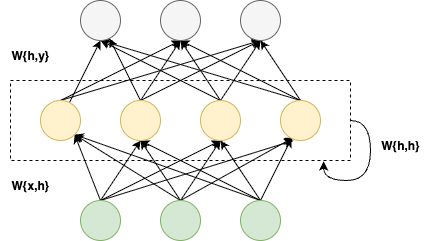
This is assets/images/RNN neurons.png from Wayne82/wayne82.github.io, a draw.io export, as it was before one commit. Source tidied: cells renumbered, new cells last; positions are measured from the earlier drawing's top-left corner, leaving out a move shared by most shapes.
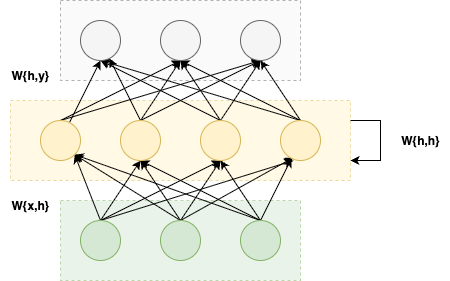
After the commit.

Change to the diagram source:
```diff
@@ -2,122 +2,133 @@
   <root>
     <mxCell id="0" />
     <mxCell id="1" parent="0" />
-    <mxCell id="2" style="rounded=0;whiteSpace=wrap;html=1;dashed=1;" parent="1" vertex="1">
-      <mxGeometry x="10" y="80" width="340" height="80" as="geometry" />
+    <mxCell id="2" style="rounded=0;whiteSpace=wrap;html=1;dashed=1;fillColor=#d5e8d4;strokeColor=#82b366;opacity=50;" parent="1" vertex="1">
+      <mxGeometry x="60" y="180" width="240" height="80" as="geometry" />
     </mxCell>
-    <mxCell id="3" style="rounded=0;jettySize=auto;html=1;exitX=0.5;exitY=0;exitDx=0;exitDy=0;entryX=1;entryY=1;entryDx=0;entryDy=0;" parent="1" edge="1" source="7" target="21">
-      <mxGeometry relative="1" as="geometry" />
+    <mxCell id="3" style="rounded=0;whiteSpace=wrap;html=1;dashed=1;fillColor=#f5f5f5;fontColor=#333333;strokeColor=#666666;opacity=50;" parent="1" vertex="1">
+      <mxGeometry x="60" y="-20" width="240" height="80" as="geometry" />
     </mxCell>
-    <mxCell id="4" style="rounded=0;jettySize=auto;html=1;exitX=0.5;exitY=0;exitDx=0;exitDy=0;entryX=0.325;entryY=1;entryDx=0;entryDy=0;entryPerimeter=0;" parent="1" edge="1" source="7" target="33">
-      <mxGeometry relative="1" as="geometry" />
+    <mxCell id="4" style="rounded=0;whiteSpace=wrap;html=1;dashed=1;fillColor=#fff2cc;strokeColor=#d6b656;opacity=50;" parent="1" vertex="1">
+      <mxGeometry x="10" y="80" width="340" height="80" as="geometry" />
     </mxCell>
-    <mxCell id="5" style="rounded=0;jettySize=auto;html=1;exitX=0.5;exitY=0;exitDx=0;exitDy=0;entryX=0.5;entryY=1;entryDx=0;entryDy=0;" parent="1" edge="1" source="7" target="29">
+    <mxCell id="5" style="rounded=0;jettySize=auto;html=1;exitX=0.5;exitY=0;exitDx=0;exitDy=0;entryX=1;entryY=1;entryDx=0;entryDy=0;" parent="1" edge="1" source="9" target="23">
       <mxGeometry relative="1" as="geometry" />
     </mxCell>
-    <mxCell id="6" style="rounded=0;jettySize=auto;html=1;exitX=0.5;exitY=0;exitDx=0;exitDy=0;entryX=0.5;entryY=1;entryDx=0;entryDy=0;" parent="1" edge="1" source="7" target="25">
+    <mxCell id="6" style="rounded=0;jettySize=auto;html=1;exitX=0.5;exitY=0;exitDx=0;exitDy=0;entryX=0.325;entryY=1;entryDx=0;entryDy=0;entryPerimeter=0;" parent="1" edge="1" source="9" target="35">
       <mxGeometry relative="1" as="geometry" />
     </mxCell>
-    <mxCell id="7" style="ellipse;whiteSpace=wrap;html=1;fillColor=#d5e8d4;strokeColor=#82b366;" parent="1" vertex="1">
-      <mxGeometry x="80" y="200" width="40" height="40" as="geometry" />
+    <mxCell id="7" style="rounded=0;jettySize=auto;html=1;exitX=0.5;exitY=0;exitDx=0;exitDy=0;entryX=0.5;entryY=1;entryDx=0;entryDy=0;" parent="1" edge="1" source="9" target="31">
+      <mxGeometry relative="1" as="geometry" />
     </mxCell>
-    <mxCell id="8" style="rounded=0;jettySize=auto;html=1;exitX=0.5;exitY=0;exitDx=0;exitDy=0;entryX=1;entryY=1;entryDx=0;entryDy=0;" parent="1" edge="1" source="12" target="21">
+    <mxCell id="8" style="rounded=0;jettySize=auto;html=1;exitX=0.5;exitY=0;exitDx=0;exitDy=0;entryX=0.5;entryY=1;entryDx=0;entryDy=0;" parent="1" edge="1" source="9" target="27">
       <mxGeometry relative="1" as="geometry" />
     </mxCell>
-    <mxCell id="9" style="rounded=0;jettySize=auto;html=1;exitX=0.5;exitY=0;exitDx=0;exitDy=0;entryX=0.5;entryY=1;entryDx=0;entryDy=0;" parent="1" edge="1" source="12" target="25">
-      <mxGeometry relative="1" as="geometry" />
+    <mxCell id="9" style="ellipse;whiteSpace=wrap;html=1;fillColor=#d5e8d4;strokeColor=#82b366;" parent="1" vertex="1">
+      <mxGeometry x="80" y="200" width="40" height="40" as="geometry" />
     </mxCell>
-    <mxCell id="10" style="rounded=0;jettySize=auto;html=1;exitX=0.5;exitY=0;exitDx=0;exitDy=0;entryX=0.5;entryY=1;entryDx=0;entryDy=0;" parent="1" edge="1" source="12" target="29">
+    <mxCell id="10" style="rounded=0;jettySize=auto;html=1;exitX=0.5;exitY=0;exitDx=0;exitDy=0;entryX=1;entryY=1;entryDx=0;entryDy=0;" parent="1" edge="1" source="14" target="23">
       <mxGeometry relative="1" as="geometry" />
     </mxCell>
-    <mxCell id="11" style="rounded=0;jettySize=auto;html=1;exitX=0.5;exitY=0;exitDx=0;exitDy=0;entryX=0.325;entryY=0.925;entryDx=0;entryDy=0;entryPerimeter=0;" parent="1" edge="1" source="12" target="33">
+    <mxCell id="11" style="rounded=0;jettySize=auto;html=1;exitX=0.5;exitY=0;exitDx=0;exitDy=0;entryX=0.5;entryY=1;entryDx=0;entryDy=0;" parent="1" edge="1" source="14" target="27">
       <mxGeometry relative="1" as="geometry" />
     </mxCell>
-    <mxCell id="12" style="ellipse;whiteSpace=wrap;html=1;fillColor=#d5e8d4;strokeColor=#82b366;" parent="1" vertex="1">
-      <mxGeometry x="160" y="200" width="40" height="40" as="geometry" />
+    <mxCell id="12" style="rounded=0;jettySize=auto;html=1;exitX=0.5;exitY=0;exitDx=0;exitDy=0;entryX=0.5;entryY=1;entryDx=0;entryDy=0;" parent="1" edge="1" source="14" target="31">
+      <mxGeometry relative="1" as="geometry" />
     </mxCell>
-    <mxCell id="13" style="rounded=0;jettySize=auto;html=1;exitX=0.5;exitY=0;exitDx=0;exitDy=0;entryX=1;entryY=1;entryDx=0;entryDy=0;" parent="1" edge="1" source="17" target="21">
+    <mxCell id="13" style="rounded=0;jettySize=auto;html=1;exitX=0.5;exitY=0;exitDx=0;exitDy=0;entryX=0.325;entryY=0.925;entryDx=0;entryDy=0;entryPerimeter=0;" parent="1" edge="1" source="14" target="35">
       <mxGeometry relative="1" as="geometry" />
     </mxCell>
-    <mxCell id="14" style="rounded=0;jettySize=auto;html=1;exitX=0.5;exitY=0;exitDx=0;exitDy=0;entryX=0.5;entryY=1;entryDx=0;entryDy=0;" parent="1" edge="1" source="17" target="25">
-      <mxGeometry relative="1" as="geometry" />
+    <mxCell id="14" style="ellipse;whiteSpace=wrap;html=1;fillColor=#d5e8d4;strokeColor=#82b366;" parent="1" vertex="1">
+      <mxGeometry x="160" y="200" width="40" height="40" as="geometry" />
     </mxCell>
-    <mxCell id="15" style="rounded=0;jettySize=auto;html=1;exitX=0.5;exitY=0;exitDx=0;exitDy=0;entryX=0.5;entryY=1;entryDx=0;entryDy=0;" parent="1" edge="1" source="17" target="29">
+    <mxCell id="15" style="rounded=0;jettySize=auto;html=1;exitX=0.5;exitY=0;exitDx=0;exitDy=0;entryX=1;entryY=1;entryDx=0;entryDy=0;" parent="1" edge="1" source="19" target="23">
       <mxGeometry relative="1" as="geometry" />
     </mxCell>
-    <mxCell id="16" style="rounded=0;jettySize=auto;html=1;exitX=0.5;exitY=0;exitDx=0;exitDy=0;" parent="1" edge="1" source="17" target="33">
+    <mxCell id="16" style="rounded=0;jettySize=auto;html=1;exitX=0.5;exitY=0;exitDx=0;exitDy=0;entryX=0.5;entryY=1;entryDx=0;entryDy=0;" parent="1" edge="1" source="19" target="27">
       <mxGeometry relative="1" as="geometry" />
     </mxCell>
-    <mxCell id="17" style="ellipse;whiteSpace=wrap;html=1;fillColor=#d5e8d4;strokeColor=#82b366;" parent="1" vertex="1">
-      <mxGeometry x="240" y="200" width="40" height="40" as="geometry" />
+    <mxCell id="17" style="rounded=0;jettySize=auto;html=1;exitX=0.5;exitY=0;exitDx=0;exitDy=0;entryX=0.5;entryY=1;entryDx=0;entryDy=0;" parent="1" edge="1" source="19" target="31">
+      <mxGeometry relative="1" as="geometry" />
     </mxCell>
-    <mxCell id="18" style="rounded=0;jettySize=auto;html=1;entryX=0.5;entryY=1;entryDx=0;entryDy=0;" parent="1" edge="1" source="21" target="34">
+    <mxCell id="18" style="rounded=0;jettySize=auto;html=1;exitX=0.5;exitY=0;exitDx=0;exitDy=0;" parent="1" edge="1" source="19" target="35">
       <mxGeometry relative="1" as="geometry" />
     </mxCell>
-    <mxCell id="19" style="rounded=0;jettySize=auto;html=1;exitX=0.5;exitY=0;exitDx=0;exitDy=0;entryX=0.5;entryY=1;entryDx=0;entryDy=0;" parent="1" edge="1" source="21" target="35">
-      <mxGeometry relative="1" as="geometry" />
+    <mxCell id="19" style="ellipse;whiteSpace=wrap;html=1;fillColor=#d5e8d4;strokeColor=#82b366;" parent="1" vertex="1">
+      <mxGeometry x="240" y="200" width="40" height="40" as="geometry" />
     </mxCell>
-    <mxCell id="20" style="rounded=0;jettySize=auto;html=1;exitX=0.5;exitY=0;exitDx=0;exitDy=0;entryX=0.5;entryY=1;entryDx=0;entryDy=0;" parent="1" edge="1" source="21" target="36">
+    <mxCell id="20" style="rounded=0;jettySize=auto;html=1;entryX=0.5;entryY=1;entryDx=0;entryDy=0;" parent="1" edge="1" source="23" target="36">
       <mxGeometry relative="1" as="geometry" />
     </mxCell>
-    <mxCell id="21" style="ellipse;whiteSpace=wrap;html=1;fillColor=#fff2cc;strokeColor=#d6b656;" parent="1" vertex="1">
-      <mxGeometry x="40" y="100" width="40" height="40" as="geometry" />
+    <mxCell id="21" style="rounded=0;jettySize=auto;html=1;exitX=0.5;exitY=0;exitDx=0;exitDy=0;entryX=0.5;entryY=1;entryDx=0;entryDy=0;" parent="1" edge="1" source="23" target="37">
+      <mxGeometry relative="1" as="geometry" />
     </mxCell>
-    <mxCell id="22" style="rounded=0;jettySize=auto;html=1;exitX=0.5;exitY=0;exitDx=0;exitDy=0;" parent="1" edge="1" source="25" target="34">
+    <mxCell id="22" style="rounded=0;jettySize=auto;html=1;exitX=0.5;exitY=0;exitDx=0;exitDy=0;entryX=0.5;entryY=1;entryDx=0;entryDy=0;" parent="1" edge="1" source="23" target="38">
       <mxGeometry relative="1" as="geometry" />
     </mxCell>
-    <mxCell id="23" style="rounded=0;jettySize=auto;html=1;exitX=0.5;exitY=0;exitDx=0;exitDy=0;entryX=0.5;entryY=1;entryDx=0;entryDy=0;" parent="1" edge="1" source="25" target="35">
-      <mxGeometry relative="1" as="geometry" />
+    <mxCell id="23" style="ellipse;whiteSpace=wrap;html=1;fillColor=#fff2cc;strokeColor=#d6b656;" parent="1" vertex="1">
+      <mxGeometry x="40" y="100" width="40" height="40" as="geometry" />
     </mxCell>
-    <mxCell id="24" style="rounded=0;jettySize=auto;html=1;exitX=0.5;exitY=0;exitDx=0;exitDy=0;entryX=0.5;entryY=1;entryDx=0;entryDy=0;" parent="1" edge="1" source="25" target="36">
+    <mxCell id="24" style="rounded=0;jettySize=auto;html=1;exitX=0.5;exitY=0;exitDx=0;exitDy=0;" parent="1" edge="1" source="27" target="36">
       <mxGeometry relative="1" as="geometry" />
     </mxCell>
-    <mxCell id="25" style="ellipse;whiteSpace=wrap;html=1;fillColor=#fff2cc;strokeColor=#d6b656;" parent="1" vertex="1">
-      <mxGeometry x="120" y="100" width="40" height="40" as="geometry" />
+    <mxCell id="25" style="rounded=0;jettySize=auto;html=1;exitX=0.5;exitY=0;exitDx=0;exitDy=0;entryX=0.5;entryY=1;entryDx=0;entryDy=0;" parent="1" edge="1" source="27" target="37">
+      <mxGeometry relative="1" as="geometry" />
     </mxCell>
-    <mxCell id="26" style="rounded=0;jettySize=auto;html=1;exitX=0.5;exitY=0;exitDx=0;exitDy=0;entryX=0.5;entryY=1;entryDx=0;entryDy=0;" parent="1" edge="1" source="29" target="34">
+    <mxCell id="26" style="rounded=0;jettySize=auto;html=1;exitX=0.5;exitY=0;exitDx=0;exitDy=0;entryX=0.5;entryY=1;entryDx=0;entryDy=0;" parent="1" edge="1" source="27" target="38">
       <mxGeometry relative="1" as="geometry" />
     </mxCell>
-    <mxCell id="27" style="rounded=0;jettySize=auto;html=1;exitX=0.5;exitY=0;exitDx=0;exitDy=0;entryX=0.5;entryY=1;entryDx=0;entryDy=0;" parent="1" edge="1" source="29" target="35">
-      <mxGeometry relative="1" as="geometry" />
+    <mxCell id="27" style="ellipse;whiteSpace=wrap;html=1;fillColor=#fff2cc;strokeColor=#d6b656;" parent="1" vertex="1">
+      <mxGeometry x="120" y="100" width="40" height="40" as="geometry" />
     </mxCell>
-    <mxCell id="28" style="rounded=0;jettySize=auto;html=1;exitX=0.5;exitY=0;exitDx=0;exitDy=0;entryX=0.5;entryY=1;entryDx=0;entryDy=0;" parent="1" edge="1" source="29" target="36">
+    <mxCell id="28" style="rounded=0;jettySize=auto;html=1;exitX=0.5;exitY=0;exitDx=0;exitDy=0;entryX=0.5;entryY=1;entryDx=0;entryDy=0;" parent="1" edge="1" source="31" target="36">
       <mxGeometry relative="1" as="geometry" />
     </mxCell>
-    <mxCell id="29" style="ellipse;whiteSpace=wrap;html=1;fillColor=#fff2cc;strokeColor=#d6b656;" parent="1" vertex="1">
-      <mxGeometry x="200" y="100" width="40" height="40" as="geometry" />
+    <mxCell id="29" style="rounded=0;jettySize=auto;html=1;exitX=0.5;exitY=0;exitDx=0;exitDy=0;entryX=0.5;entryY=1;entryDx=0;entryDy=0;" parent="1" edge="1" source="31" target="37">
+      <mxGeometry relative="1" as="geometry" />
     </mxCell>
-    <mxCell id="30" style="rounded=0;jettySize=auto;html=1;exitX=0.5;exitY=0;exitDx=0;exitDy=0;entryX=0.5;entryY=1;entryDx=0;entryDy=0;" parent="1" edge="1" source="33" target="34">
+    <mxCell id="30" style="rounded=0;jettySize=auto;html=1;exitX=0.5;exitY=0;exitDx=0;exitDy=0;entryX=0.5;entryY=1;entryDx=0;entryDy=0;" parent="1" edge="1" source="31" target="38">
       <mxGeometry relative="1" as="geometry" />
     </mxCell>
-    <mxCell id="31" style="rounded=0;jettySize=auto;html=1;exitX=0.5;exitY=0;exitDx=0;exitDy=0;entryX=0.5;entryY=1;entryDx=0;entryDy=0;" parent="1" edge="1" source="33" target="35">
-      <mxGeometry relative="1" as="geometry" />
+    <mxCell id="31" style="ellipse;whiteSpace=wrap;html=1;fillColor=#fff2cc;strokeColor=#d6b656;" parent="1" vertex="1">
+      <mxGeometry x="200" y="100" width="40" height="40" as="geometry" />
     </mxCell>
-    <mxCell id="32" style="rounded=0;jettySize=auto;html=1;exitX=0.5;exitY=0;exitDx=0;exitDy=0;entryX=0.5;entryY=1;entryDx=0;entryDy=0;" parent="1" edge="1" source="33" target="36">
+    <mxCell id="32" style="rounded=0;jettySize=auto;html=1;exitX=0.5;exitY=0;exitDx=0;exitDy=0;entryX=0.5;entryY=1;entryDx=0;entryDy=0;" parent="1" edge="1" source="35" target="36">
       <mxGeometry relative="1" as="geometry" />
     </mxCell>
-    <mxCell id="33" style="ellipse;whiteSpace=wrap;html=1;fillColor=#fff2cc;strokeColor=#d6b656;" parent="1" vertex="1">
-      <mxGeometry x="280" y="100" width="40" height="40" as="geometry" />
+    <mxCell id="33" style="rounded=0;jettySize=auto;html=1;exitX=0.5;exitY=0;exitDx=0;exitDy=0;entryX=0.5;entryY=1;entryDx=0;entryDy=0;" parent="1" edge="1" source="35" target="37">
+      <mxGeometry relative="1" as="geometry" />
     </mxCell>
-    <mxCell id="34" style="ellipse;whiteSpace=wrap;html=1;fillColor=#f5f5f5;fontColor=#333333;strokeColor=#666666;" parent="1" vertex="1">
-      <mxGeometry x="80" width="40" height="40" as="geometry" />
+    <mxCell id="34" style="rounded=0;jettySize=auto;html=1;exitX=0.5;exitY=0;exitDx=0;exitDy=0;entryX=0.5;entryY=1;entryDx=0;entryDy=0;" parent="1" edge="1" source="35" target="38">
+      <mxGeometry relative="1" as="geometry" />
     </mxCell>
-    <mxCell id="35" style="ellipse;whiteSpace=wrap;html=1;fillColor=#f5f5f5;fontColor=#333333;strokeColor=#666666;" parent="1" vertex="1">
-      <mxGeometry x="160" width="40" height="40" as="geometry" />
+    <mxCell id="35" style="ellipse;whiteSpace=wrap;html=1;fillColor=#fff2cc;strokeColor=#d6b656;" parent="1" vertex="1">
+      <mxGeometry x="280" y="100" width="40" height="40" as="geometry" />
     </mxCell>
     <mxCell id="36" style="ellipse;whiteSpace=wrap;html=1;fillColor=#f5f5f5;fontColor=#333333;strokeColor=#666666;" parent="1" vertex="1">
-      <mxGeometry x="240" width="40" height="40" as="geometry" />
+      <mxGeometry x="80" width="40" height="40" as="geometry" />
     </mxCell>
-    <mxCell id="37" style="edgeStyle=orthogonalEdgeStyle;rounded=0;orthogonalLoop=1;jettySize=auto;html=1;entryX=0.921;entryY=1.013;entryDx=0;entryDy=0;entryPerimeter=0;curved=1;exitX=1;exitY=0.5;exitDx=0;exitDy=0;" parent="1" edge="1" source="2" target="2">
-      <mxGeometry relative="1" as="geometry" />
+    <mxCell id="37" style="ellipse;whiteSpace=wrap;html=1;fillColor=#f5f5f5;fontColor=#333333;strokeColor=#666666;" parent="1" vertex="1">
+      <mxGeometry x="160" width="40" height="40" as="geometry" />
     </mxCell>
-    <mxCell id="38" value="&lt;b&gt;W{h,h}&lt;/b&gt;" style="text;html=1;align=center;verticalAlign=middle;whiteSpace=wrap;rounded=0;" parent="1" vertex="1">
-      <mxGeometry x="370" y="130" width="60" height="30" as="geometry" />
+    <mxCell id="38" style="ellipse;whiteSpace=wrap;html=1;fillColor=#f5f5f5;fontColor=#333333;strokeColor=#666666;" parent="1" vertex="1">
+      <mxGeometry x="240" width="40" height="40" as="geometry" />
     </mxCell>
-    <mxCell id="39" value="&lt;b&gt;W{x,h}&lt;/b&gt;" style="text;html=1;align=center;verticalAlign=middle;whiteSpace=wrap;rounded=0;" parent="1" vertex="1">
-      <mxGeometry y="170" width="60" height="30" as="geometry" />
+    <mxCell id="39" value="&lt;b&gt;W{h,h}&lt;/b&gt;" style="text;html=1;align=center;verticalAlign=middle;whiteSpace=wrap;rounded=0;" parent="1" vertex="1">
+      <mxGeometry x="390" y="105" width="60" height="30" as="geometry" />
     </mxCell>
-    <mxCell id="40" value="&lt;b&gt;W{h,y}&lt;/b&gt;" style="text;html=1;align=center;verticalAlign=middle;whiteSpace=wrap;rounded=0;" parent="1" vertex="1">
-      <mxGeometry y="40" width="60" height="30" as="geometry" />
+    <mxCell id="40" value="&lt;b&gt;W{x,h}&lt;/b&gt;" style="text;html=1;align=center;verticalAlign=middle;whiteSpace=wrap;rounded=0;" parent="1" vertex="1">
+      <mxGeometry y="170" width="60" height="30" as="geometry" />
     </mxCell>
+    <mxCell id="41" value="&lt;b&gt;W{h,y}&lt;/b&gt;" style="text;html=1;align=center;verticalAlign=middle;whiteSpace=wrap;rounded=0;" parent="1" vertex="1">
+      <mxGeometry y="40" width="60" height="30" as="geometry" />
+    </mxCell>
+    <mxCell id="42" style="edgeStyle=orthogonalEdgeStyle;rounded=0;orthogonalLoop=1;jettySize=auto;html=1;exitX=1;exitY=0.25;exitDx=0;exitDy=0;entryX=1;entryY=0.75;entryDx=0;entryDy=0;" parent="1" edge="1" source="4" target="4">
+      <mxGeometry relative="1" as="geometry">
+        <Array as="points">
+          <mxPoint x="380" y="100" />
+          <mxPoint x="380" y="140" />
+        </Array>
+      </mxGeometry>
+    </mxCell>
   </root>
 </mxGraphModel>
```
